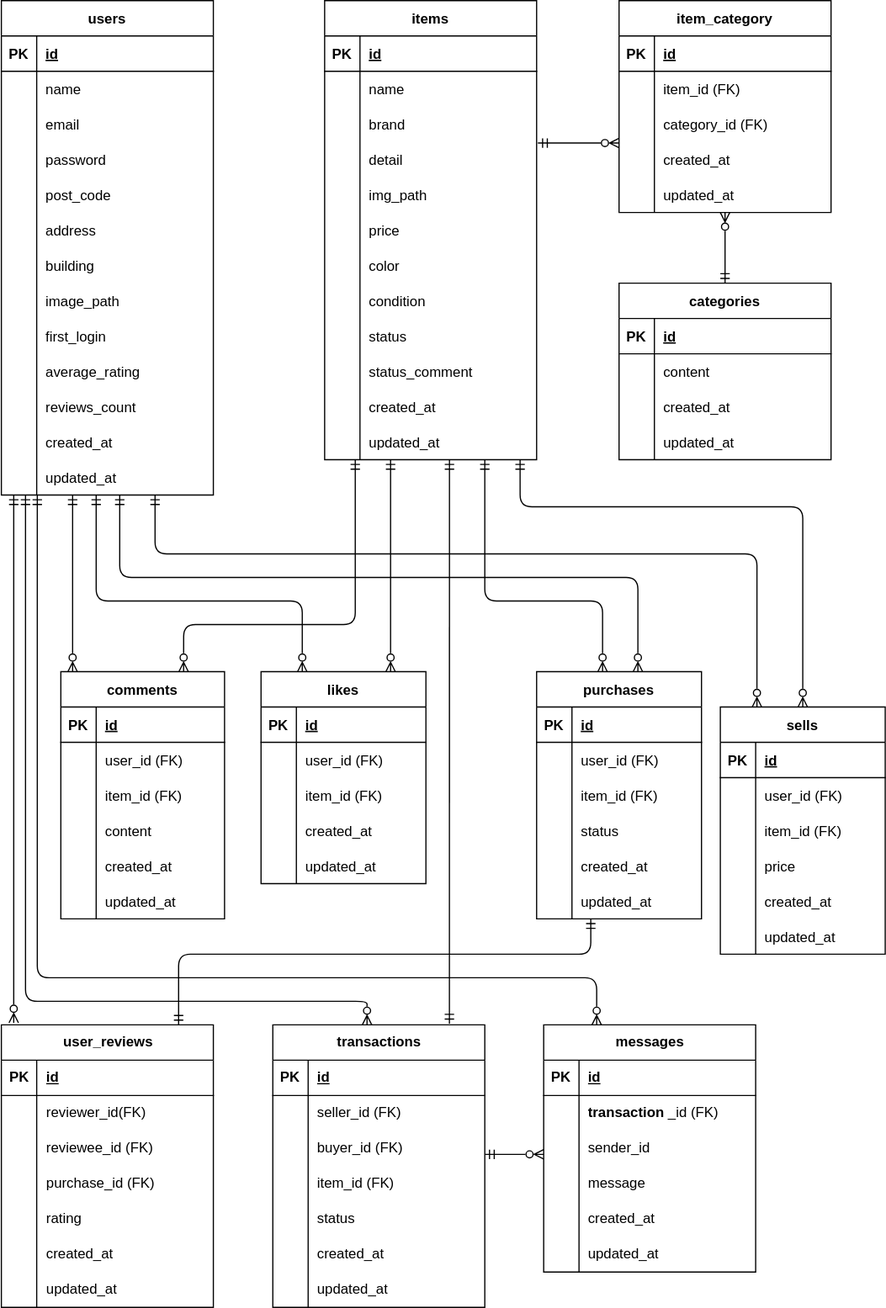
The draw.io diagram src/pro-test_ER.drawio.svg in dq-myk/flea-market-app, before a commit. Source tidied: cells renumbered, new cells last; positions are measured from the earlier drawing's top-left corner, leaving out a move shared by most shapes.
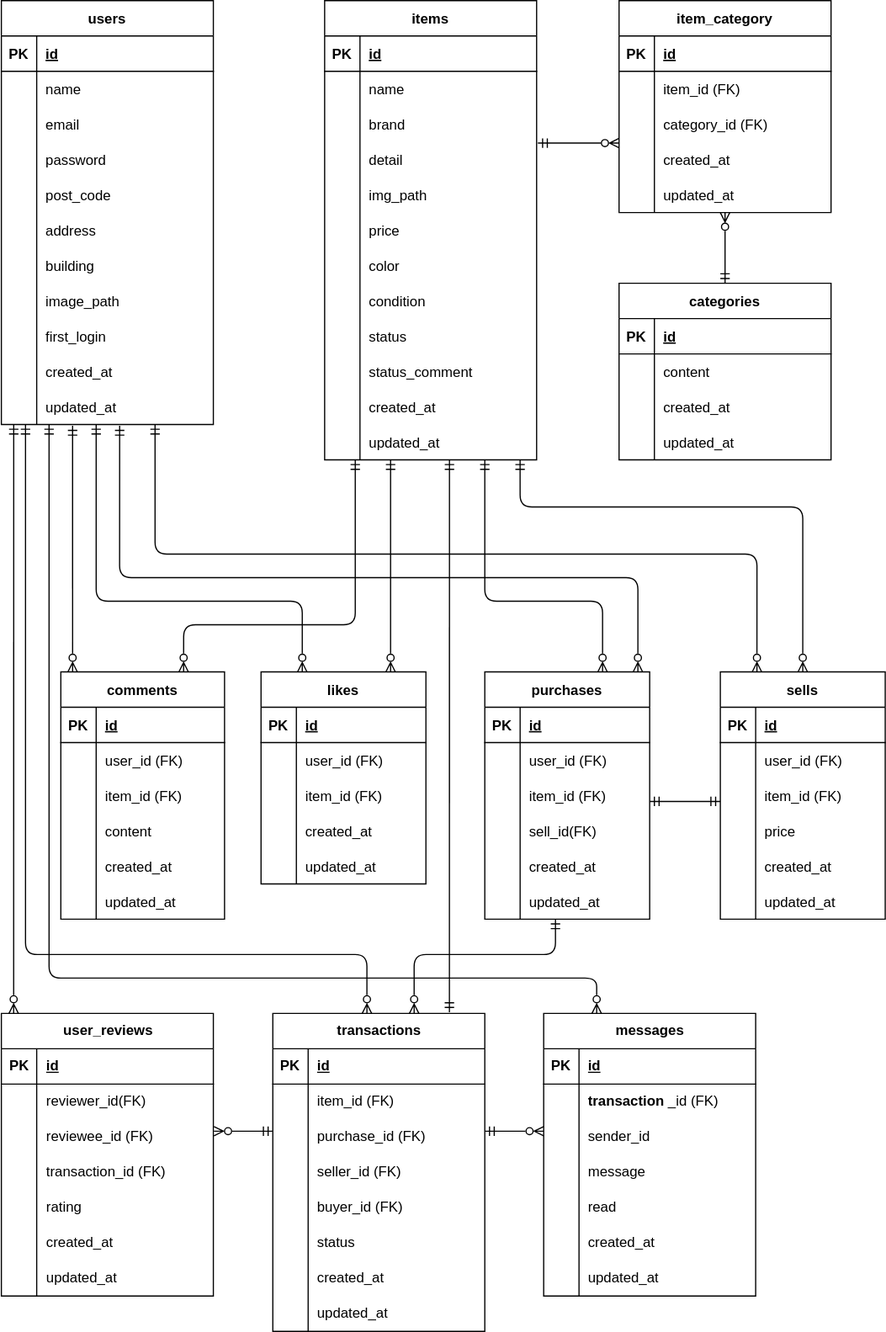
The same file after the commit.

The edit, as a diff of the source:
```diff
@@ -5,3 +5,3 @@
     <mxCell id="2" value="users" style="shape=table;startSize=30;rowLines=0;fontStyle=1;align=center;" parent="1" vertex="1">
-      <mxGeometry x="-0.5" width="180" height="420" as="geometry" />
+      <mxGeometry x="-0.5" width="180" height="360" as="geometry" />
     </mxCell>
@@ -88,22 +88,4 @@
     </mxCell>
-    <mxCell id="30" style="shape=tableRow;horizontal=0;startSize=0;swimlaneHead=0;swimlaneBody=0;fillColor=none;top=0;left=0;right=0;bottom=0;" parent="2" vertex="1">
-      <mxGeometry y="300" width="180" height="30" as="geometry" />
-    </mxCell>
-    <mxCell id="31" style="shape=partialRectangle;fillColor=none;top=0;left=0;bottom=0;right=0;overflow=hidden;" parent="30" vertex="1">
-      <mxGeometry width="30" height="30" as="geometry" />
-    </mxCell>
-    <mxCell id="32" value="average_rating" style="shape=partialRectangle;fillColor=none;top=0;left=0;bottom=0;right=0;align=left;spacingLeft=6;overflow=hidden;" parent="30" vertex="1">
-      <mxGeometry x="30" width="150" height="30" as="geometry" />
-    </mxCell>
-    <mxCell id="33" style="shape=tableRow;horizontal=0;startSize=0;swimlaneHead=0;swimlaneBody=0;fillColor=none;top=0;left=0;right=0;bottom=0;" parent="2" vertex="1">
-      <mxGeometry y="330" width="180" height="30" as="geometry" />
-    </mxCell>
-    <mxCell id="34" style="shape=partialRectangle;fillColor=none;top=0;left=0;bottom=0;right=0;overflow=hidden;" parent="33" vertex="1">
-      <mxGeometry width="30" height="30" as="geometry" />
-    </mxCell>
-    <mxCell id="35" value="reviews_count" style="shape=partialRectangle;fillColor=none;top=0;left=0;bottom=0;right=0;align=left;spacingLeft=6;overflow=hidden;" parent="33" vertex="1">
-      <mxGeometry x="30" width="150" height="30" as="geometry" />
-    </mxCell>
     <mxCell id="36" style="shape=tableRow;horizontal=0;startSize=0;swimlaneHead=0;swimlaneBody=0;fillColor=none;top=0;left=0;right=0;bottom=0;" parent="2" vertex="1">
-      <mxGeometry y="360" width="180" height="30" as="geometry" />
+      <mxGeometry y="300" width="180" height="30" as="geometry" />
     </mxCell>
@@ -116,3 +98,3 @@
     <mxCell id="39" style="shape=tableRow;horizontal=0;startSize=0;swimlaneHead=0;swimlaneBody=0;fillColor=none;points=[[0,0.5],[1,0.5]];portConstraint=eastwest;top=0;left=0;right=0;bottom=0;" parent="2" vertex="1">
-      <mxGeometry y="390" width="180" height="30" as="geometry" />
+      <mxGeometry y="330" width="180" height="30" as="geometry" />
     </mxCell>
@@ -428,3 +410,3 @@
     <mxCell id="143" value="purchases" style="shape=table;startSize=30;rowLines=0;fontStyle=1;align=center;" parent="1" vertex="1">
-      <mxGeometry x="454" y="570" width="140" height="210" as="geometry" />
+      <mxGeometry x="410" y="570" width="140" height="210" as="geometry" />
     </mxCell>
@@ -460,8 +442,8 @@
     </mxCell>
-    <mxCell id="154" style="shape=partialRectangle;fillColor=none;top=0;left=0;bottom=0;right=0;overflow=hidden;" parent="153" vertex="1">
-      <mxGeometry width="30" height="30" as="geometry" />
-    </mxCell>
-    <mxCell id="155" value="status" style="shape=partialRectangle;fillColor=none;top=0;left=0;bottom=0;right=0;align=left;spacingLeft=6;overflow=hidden;" parent="153" vertex="1">
-      <mxGeometry x="30" width="110" height="30" as="geometry" />
-    </mxCell>
+    <mxCell id="260" style="shape=partialRectangle;fillColor=none;top=0;left=0;bottom=0;right=0;overflow=hidden;" parent="153" vertex="1">
+      <mxGeometry width="30" height="30" as="geometry" />
+    </mxCell>
+    <mxCell id="261" value="sell_id(FK)" style="shape=partialRectangle;fillColor=none;top=0;left=0;bottom=0;right=0;align=left;spacingLeft=6;overflow=hidden;" parent="153" vertex="1">
+      <mxGeometry x="30" width="110" height="30" as="geometry" />
+    </mxCell>
     <mxCell id="156" style="shape=tableRow;horizontal=0;startSize=0;swimlaneHead=0;swimlaneBody=0;fillColor=none;top=0;left=0;right=0;bottom=0;" parent="143" vertex="1">
@@ -485,3 +467,3 @@
     <mxCell id="162" value="sells" style="shape=table;startSize=30;rowLines=0;fontStyle=1;align=center;" parent="1" vertex="1">
-      <mxGeometry x="610" y="600" width="140" height="210" as="geometry" />
+      <mxGeometry x="610" y="570" width="140" height="210" as="geometry" />
     </mxCell>
@@ -554,5 +536,4 @@
     </mxCell>
-    <mxCell id="183" style="edgeStyle=orthogonalEdgeStyle;html=1;startArrow=ERmandOne;startFill=0;endArrow=ERzeroToMany;endFill=0;" parent="1" edge="1">
+    <mxCell id="183" style="edgeStyle=orthogonalEdgeStyle;html=1;startArrow=ERmandOne;startFill=0;endArrow=ERzeroToMany;endFill=0;exitX=0.558;exitY=1.033;exitDx=0;exitDy=0;exitPerimeter=0;" parent="1" edge="1" source="39">
       <mxGeometry relative="1" as="geometry">
-        <mxPoint x="100" y="420" as="sourcePoint" />
         <mxPoint x="540" y="570" as="targetPoint" />
@@ -566,3 +547,3 @@
       <mxGeometry relative="1" as="geometry">
-        <mxPoint x="80" y="420" as="sourcePoint" />
+        <mxPoint x="80" y="360" as="sourcePoint" />
         <Array as="points">
@@ -573,5 +554,4 @@
     </mxCell>
-    <mxCell id="185" style="edgeStyle=none;html=1;startArrow=ERmandOne;startFill=0;endArrow=ERzeroToMany;endFill=0;exitX=0.897;exitY=1;exitDx=0;exitDy=0;exitPerimeter=0;" parent="1" edge="1">
+    <mxCell id="185" style="edgeStyle=none;html=1;startArrow=ERmandOne;startFill=0;endArrow=ERzeroToMany;endFill=0;exitX=0.336;exitY=1.033;exitDx=0;exitDy=0;exitPerimeter=0;" parent="1" edge="1" source="39">
       <mxGeometry relative="1" as="geometry">
-        <mxPoint x="60" y="420" as="sourcePoint" />
         <mxPoint x="60" y="570" as="targetPoint" />
@@ -601,3 +581,3 @@
     <mxCell id="189" value="&lt;span style=&quot;color: rgb(0, 0, 0);&quot;&gt;user_reviews&lt;/span&gt;" style="shape=table;startSize=30;rowLines=0;fontStyle=1;align=center;html=1;" parent="1" vertex="1">
-      <mxGeometry x="-0.5" y="870" width="180" height="240" as="geometry" />
+      <mxGeometry x="-0.5" y="860" width="180" height="240" as="geometry" />
     </mxCell>
@@ -636,3 +616,3 @@
     </mxCell>
-    <mxCell id="201" value="&lt;span style=&quot;color: rgb(0, 0, 0);&quot;&gt;purchase_id&lt;/span&gt;&lt;span style=&quot;text-wrap-mode: nowrap; color: rgb(0, 0, 0);&quot;&gt;(FK)&lt;/span&gt;" style="shape=partialRectangle;fillColor=none;top=0;left=0;bottom=0;right=0;align=left;spacingLeft=6;overflow=hidden;whiteSpace=wrap;html=1;" parent="199" vertex="1">
+    <mxCell id="201" value="&lt;span style=&quot;color: rgb(0, 0, 0);&quot;&gt;transaction_id&lt;/span&gt;&lt;span style=&quot;text-wrap-mode: nowrap; color: rgb(0, 0, 0);&quot;&gt;(FK)&lt;/span&gt;" style="shape=partialRectangle;fillColor=none;top=0;left=0;bottom=0;right=0;align=left;spacingLeft=6;overflow=hidden;whiteSpace=wrap;html=1;" parent="199" vertex="1">
       <mxGeometry x="30" width="150" height="30" as="geometry" />
@@ -667,3 +647,3 @@
     <mxCell id="211" value="&lt;span style=&quot;color: rgb(0, 0, 0);&quot;&gt;transactions&lt;/span&gt;" style="shape=table;startSize=30;rowLines=0;fontStyle=1;align=center;html=1;" parent="1" vertex="1">
-      <mxGeometry x="230" y="870" width="180" height="240" as="geometry" />
+      <mxGeometry x="230" y="860" width="180" height="270" as="geometry" />
     </mxCell>
@@ -678,4 +658,13 @@
     </mxCell>
+    <mxCell id="262" style="shape=tableRow;horizontal=0;startSize=0;swimlaneHead=0;swimlaneBody=0;fillColor=none;top=0;left=0;right=0;bottom=0;" parent="211" vertex="1">
+      <mxGeometry y="60" width="180" height="30" as="geometry" />
+    </mxCell>
+    <mxCell id="263" style="shape=partialRectangle;fillColor=none;top=0;left=0;bottom=0;right=0;overflow=hidden;whiteSpace=wrap;html=1;" parent="262" vertex="1">
+      <mxGeometry width="30" height="30" as="geometry" />
+    </mxCell>
+    <mxCell id="264" value="&lt;span style=&quot;color: rgb(0, 0, 0); text-wrap-mode: nowrap;&quot;&gt;item_id&amp;nbsp;(FK)&lt;/span&gt;" style="shape=partialRectangle;fillColor=none;top=0;left=0;bottom=0;right=0;align=left;spacingLeft=6;overflow=hidden;whiteSpace=wrap;html=1;" parent="262" vertex="1">
+      <mxGeometry x="30" width="150" height="30" as="geometry" />
+    </mxCell>
     <mxCell id="215" style="shape=tableRow;horizontal=0;startSize=0;swimlaneHead=0;swimlaneBody=0;fillColor=none;top=0;left=0;right=0;bottom=0;" parent="211" vertex="1">
-      <mxGeometry y="60" width="180" height="30" as="geometry" />
+      <mxGeometry y="90" width="180" height="30" as="geometry" />
     </mxCell>
@@ -684,3 +673,3 @@
     </mxCell>
-    <mxCell id="217" value="&lt;span style=&quot;color: rgb(0, 0, 0); text-wrap-mode: nowrap;&quot;&gt;seller_id&amp;nbsp;(FK)&lt;/span&gt;" style="shape=partialRectangle;fillColor=none;top=0;left=0;bottom=0;right=0;align=left;spacingLeft=6;overflow=hidden;whiteSpace=wrap;html=1;" parent="215" vertex="1">
+    <mxCell id="217" value="&lt;span style=&quot;color: rgb(0, 0, 0);&quot;&gt;purchase_id&lt;/span&gt;&lt;span style=&quot;text-wrap-mode: nowrap; color: rgb(0, 0, 0);&quot;&gt;(FK)&lt;/span&gt;" style="shape=partialRectangle;fillColor=none;top=0;left=0;bottom=0;right=0;align=left;spacingLeft=6;overflow=hidden;whiteSpace=wrap;html=1;" parent="215" vertex="1">
       <mxGeometry x="30" width="150" height="30" as="geometry" />
@@ -688,3 +677,3 @@
     <mxCell id="218" style="shape=tableRow;horizontal=0;startSize=0;swimlaneHead=0;swimlaneBody=0;fillColor=none;top=0;left=0;right=0;bottom=0;" parent="211" vertex="1">
-      <mxGeometry y="90" width="180" height="30" as="geometry" />
+      <mxGeometry y="120" width="180" height="30" as="geometry" />
     </mxCell>
@@ -693,3 +682,3 @@
     </mxCell>
-    <mxCell id="220" value="&lt;span style=&quot;color: rgb(0, 0, 0);&quot;&gt;buyer_id&lt;/span&gt;&lt;span style=&quot;text-wrap-mode: nowrap; color: rgb(0, 0, 0);&quot;&gt;(FK)&lt;/span&gt;" style="shape=partialRectangle;fillColor=none;top=0;left=0;bottom=0;right=0;align=left;spacingLeft=6;overflow=hidden;whiteSpace=wrap;html=1;" parent="218" vertex="1">
+    <mxCell id="220" value="&lt;span style=&quot;color: rgb(0, 0, 0); text-wrap-mode: nowrap;&quot;&gt;seller_id&amp;nbsp;(FK)&lt;/span&gt;" style="shape=partialRectangle;fillColor=none;top=0;left=0;bottom=0;right=0;align=left;spacingLeft=6;overflow=hidden;whiteSpace=wrap;html=1;" parent="218" vertex="1">
       <mxGeometry x="30" width="150" height="30" as="geometry" />
@@ -697,3 +686,3 @@
     <mxCell id="221" style="shape=tableRow;horizontal=0;startSize=0;swimlaneHead=0;swimlaneBody=0;fillColor=none;top=0;left=0;right=0;bottom=0;" parent="211" vertex="1">
-      <mxGeometry y="120" width="180" height="30" as="geometry" />
+      <mxGeometry y="150" width="180" height="30" as="geometry" />
     </mxCell>
@@ -702,3 +691,3 @@
     </mxCell>
-    <mxCell id="223" value="&lt;span style=&quot;color: rgb(0, 0, 0); text-wrap-mode: nowrap;&quot;&gt;item_id&amp;nbsp;(FK)&lt;/span&gt;" style="shape=partialRectangle;fillColor=none;top=0;left=0;bottom=0;right=0;align=left;spacingLeft=6;overflow=hidden;whiteSpace=wrap;html=1;" parent="221" vertex="1">
+    <mxCell id="223" value="&lt;span style=&quot;color: rgb(0, 0, 0);&quot;&gt;buyer_id&lt;/span&gt;&lt;span style=&quot;text-wrap-mode: nowrap; color: rgb(0, 0, 0);&quot;&gt;(FK)&lt;/span&gt;" style="shape=partialRectangle;fillColor=none;top=0;left=0;bottom=0;right=0;align=left;spacingLeft=6;overflow=hidden;whiteSpace=wrap;html=1;" parent="221" vertex="1">
       <mxGeometry x="30" width="150" height="30" as="geometry" />
@@ -706,3 +695,3 @@
     <mxCell id="224" style="shape=tableRow;horizontal=0;startSize=0;swimlaneHead=0;swimlaneBody=0;fillColor=none;top=0;left=0;right=0;bottom=0;" parent="211" vertex="1">
-      <mxGeometry y="150" width="180" height="30" as="geometry" />
+      <mxGeometry y="180" width="180" height="30" as="geometry" />
     </mxCell>
@@ -715,3 +704,3 @@
     <mxCell id="227" style="shape=tableRow;horizontal=0;startSize=0;swimlaneHead=0;swimlaneBody=0;fillColor=none;top=0;left=0;right=0;bottom=0;" parent="211" vertex="1">
-      <mxGeometry y="180" width="180" height="30" as="geometry" />
+      <mxGeometry y="210" width="180" height="30" as="geometry" />
     </mxCell>
@@ -724,3 +713,3 @@
     <mxCell id="230" style="shape=tableRow;horizontal=0;startSize=0;swimlaneHead=0;swimlaneBody=0;fillColor=none;top=0;left=0;right=0;bottom=0;" parent="211" vertex="1">
-      <mxGeometry y="210" width="180" height="30" as="geometry" />
+      <mxGeometry y="240" width="180" height="30" as="geometry" />
     </mxCell>
@@ -747,15 +736,13 @@
     </mxCell>
-    <mxCell id="235" style="edgeStyle=none;html=1;startArrow=ERmandOne;startFill=0;endArrow=ERzeroToMany;endFill=0;entryX=0.097;entryY=-0.007;entryDx=0;entryDy=0;entryPerimeter=0;exitX=0.097;exitY=1;exitDx=0;exitDy=0;exitPerimeter=0;" parent="1" edge="1">
+    <mxCell id="235" style="edgeStyle=none;html=1;startArrow=ERmandOne;startFill=0;endArrow=ERzeroToMany;endFill=0;entryX=0.058;entryY=0;entryDx=0;entryDy=0;entryPerimeter=0;" parent="1" edge="1" target="189">
       <mxGeometry relative="1" as="geometry">
-        <mxPoint x="10" y="420" as="sourcePoint" />
-        <mxPoint x="10" y="868.3" as="targetPoint" />
+        <mxPoint x="10" y="360" as="sourcePoint" />
       </mxGeometry>
     </mxCell>
-    <mxCell id="236" style="edgeStyle=orthogonalEdgeStyle;html=1;startArrow=ERmandOne;startFill=0;endArrow=ERzeroToMany;endFill=0;" parent="1" edge="1">
+    <mxCell id="236" style="edgeStyle=orthogonalEdgeStyle;html=1;startArrow=ERmandOne;startFill=0;endArrow=ERzeroToMany;endFill=0;entryX=0.444;entryY=0;entryDx=0;entryDy=0;entryPerimeter=0;" parent="1" edge="1" target="211">
       <mxGeometry relative="1" as="geometry">
-        <mxPoint x="20" y="420" as="sourcePoint" />
-        <mxPoint x="310" y="870" as="targetPoint" />
+        <mxPoint x="20" y="360" as="sourcePoint" />
         <Array as="points">
-          <mxPoint x="20" y="850" />
-          <mxPoint x="310" y="850" />
+          <mxPoint x="20" y="810" />
+          <mxPoint x="310" y="810" />
         </Array>
@@ -763,14 +750,4 @@
     </mxCell>
-    <mxCell id="237" style="edgeStyle=orthogonalEdgeStyle;html=1;startArrow=ERmandOne;startFill=0;endArrow=ERmandOne;endFill=0;" parent="1" edge="1">
-      <mxGeometry relative="1" as="geometry">
-        <mxPoint x="500" y="780" as="sourcePoint" />
-        <mxPoint x="150" y="870" as="targetPoint" />
-        <Array as="points">
-          <mxPoint x="500" y="810" />
-          <mxPoint x="150" y="810" />
-        </Array>
-      </mxGeometry>
-    </mxCell>
     <mxCell id="238" value="&lt;span style=&quot;color: rgb(0, 0, 0);&quot;&gt;messages&lt;/span&gt;" style="shape=table;startSize=30;rowLines=0;fontStyle=1;align=center;html=1;" parent="1" vertex="1">
-      <mxGeometry x="460" y="870" width="180" height="210" as="geometry" />
+      <mxGeometry x="460" y="860" width="180" height="240" as="geometry" />
     </mxCell>
@@ -812,4 +789,13 @@
     </mxCell>
+    <mxCell id="265" style="shape=tableRow;horizontal=0;startSize=0;swimlaneHead=0;swimlaneBody=0;fillColor=none;top=0;left=0;right=0;bottom=0;" parent="238" vertex="1">
+      <mxGeometry y="150" width="180" height="30" as="geometry" />
+    </mxCell>
+    <mxCell id="266" style="shape=partialRectangle;fillColor=none;top=0;left=0;bottom=0;right=0;overflow=hidden;whiteSpace=wrap;html=1;" parent="265" vertex="1">
+      <mxGeometry width="30" height="30" as="geometry" />
+    </mxCell>
+    <mxCell id="267" value="read" style="shape=partialRectangle;fillColor=none;top=0;left=0;bottom=0;right=0;align=left;spacingLeft=6;overflow=hidden;whiteSpace=wrap;html=1;" parent="265" vertex="1">
+      <mxGeometry x="30" width="150" height="30" as="geometry" />
+    </mxCell>
     <mxCell id="251" style="shape=tableRow;horizontal=0;startSize=0;swimlaneHead=0;swimlaneBody=0;fillColor=none;top=0;left=0;right=0;bottom=0;" parent="238" vertex="1">
-      <mxGeometry y="150" width="180" height="30" as="geometry" />
+      <mxGeometry y="180" width="180" height="30" as="geometry" />
     </mxCell>
@@ -822,3 +808,3 @@
     <mxCell id="254" style="shape=tableRow;horizontal=0;startSize=0;swimlaneHead=0;swimlaneBody=0;fillColor=none;top=0;left=0;right=0;bottom=0;" parent="238" vertex="1">
-      <mxGeometry y="180" width="180" height="30" as="geometry" />
+      <mxGeometry y="210" width="180" height="30" as="geometry" />
     </mxCell>
@@ -835,7 +821,6 @@
     </mxCell>
-    <mxCell id="258" style="edgeStyle=orthogonalEdgeStyle;html=1;startArrow=ERmandOne;startFill=0;endArrow=ERzeroToMany;endFill=0;entryX=0.25;entryY=0;entryDx=0;entryDy=0;" parent="1" edge="1" target="238">
+    <mxCell id="258" style="edgeStyle=orthogonalEdgeStyle;html=1;startArrow=ERmandOne;startFill=0;endArrow=ERzeroToMany;endFill=0;entryX=0.25;entryY=0;entryDx=0;entryDy=0;exitX=0.225;exitY=1;exitDx=0;exitDy=0;exitPerimeter=0;" parent="1" edge="1" source="39" target="238">
       <mxGeometry relative="1" as="geometry">
-        <mxPoint x="30" y="420" as="sourcePoint" />
         <Array as="points">
-          <mxPoint x="30" y="830" />
+          <mxPoint x="40" y="830" />
           <mxPoint x="505" y="830" />
@@ -846,6 +831,28 @@
       <mxGeometry relative="1" as="geometry">
-        <mxPoint x="410" y="980" as="sourcePoint" />
-        <mxPoint x="460" y="980" as="targetPoint" />
+        <mxPoint x="410" y="960" as="sourcePoint" />
+        <mxPoint x="460" y="960" as="targetPoint" />
       </mxGeometry>
     </mxCell>
+    <mxCell id="268" style="edgeStyle=none;html=1;startArrow=ERmandOne;startFill=0;endArrow=ERmandOne;endFill=0;exitX=1.006;exitY=0.033;exitDx=0;exitDy=0;exitPerimeter=0;" parent="1" edge="1">
+      <mxGeometry relative="1" as="geometry">
+        <mxPoint x="550" y="680" as="sourcePoint" />
+        <mxPoint x="610" y="680" as="targetPoint" />
+      </mxGeometry>
+    </mxCell>
+    <mxCell id="269" style="edgeStyle=orthogonalEdgeStyle;html=1;startArrow=ERmandOne;startFill=0;endArrow=ERzeroToMany;endFill=0;" parent="1" edge="1">
+      <mxGeometry relative="1" as="geometry">
+        <mxPoint x="470" y="780" as="sourcePoint" />
+        <mxPoint x="350" y="860" as="targetPoint" />
+        <Array as="points">
+          <mxPoint x="470" y="810" />
+          <mxPoint x="350" y="810" />
+        </Array>
+      </mxGeometry>
+    </mxCell>
+    <mxCell id="270" style="edgeStyle=none;html=1;startArrow=ERzeroToMany;startFill=0;endArrow=ERmandOne;endFill=0;exitX=1.006;exitY=0.033;exitDx=0;exitDy=0;exitPerimeter=0;" parent="1" edge="1">
+      <mxGeometry relative="1" as="geometry">
+        <mxPoint x="180" y="960" as="sourcePoint" />
+        <mxPoint x="230" y="960" as="targetPoint" />
+      </mxGeometry>
+    </mxCell>
   </root>
```
